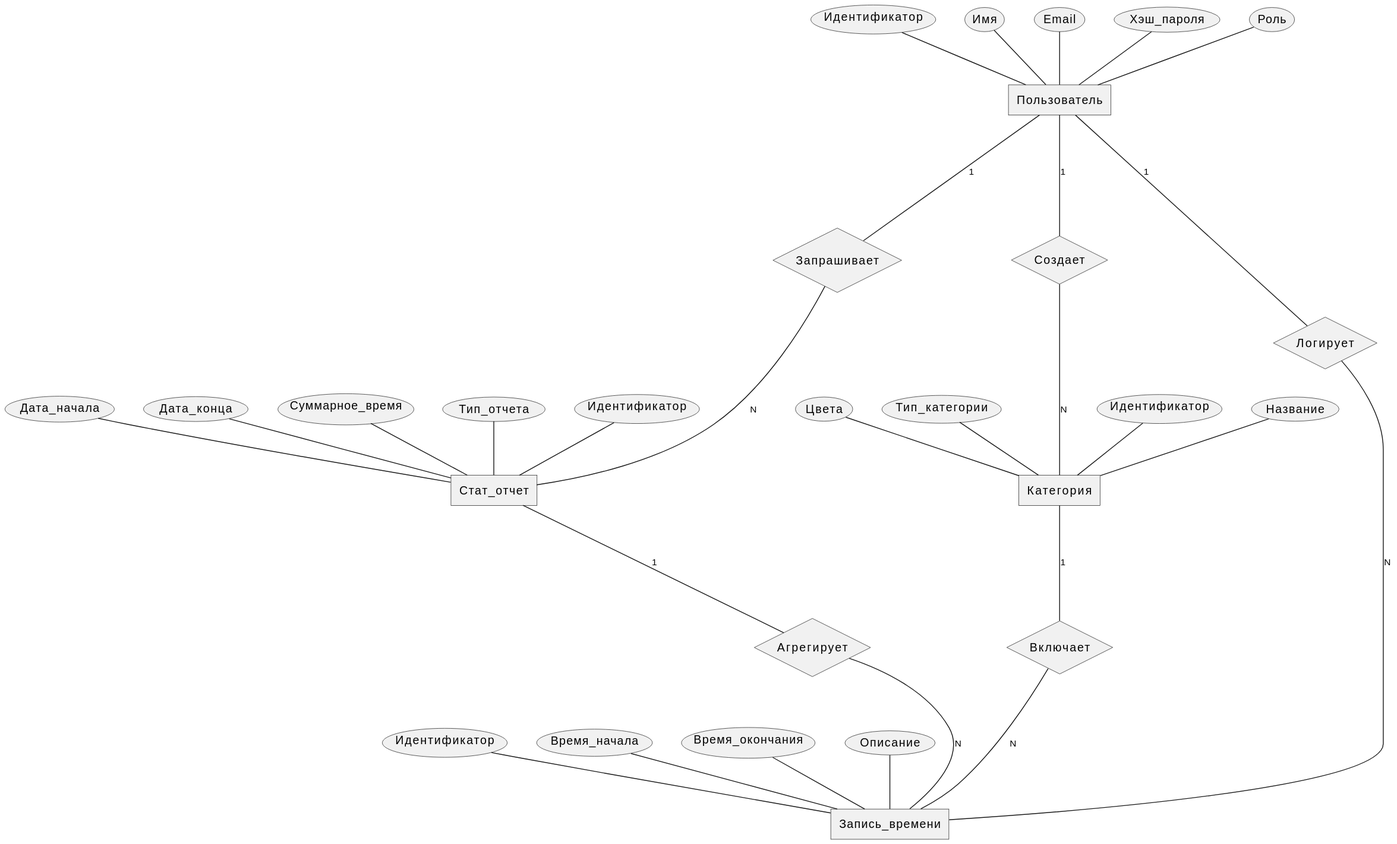
The PlantUML diagram docs/er.svg in da-fuu/IU7_7sem_Web, before a commit.
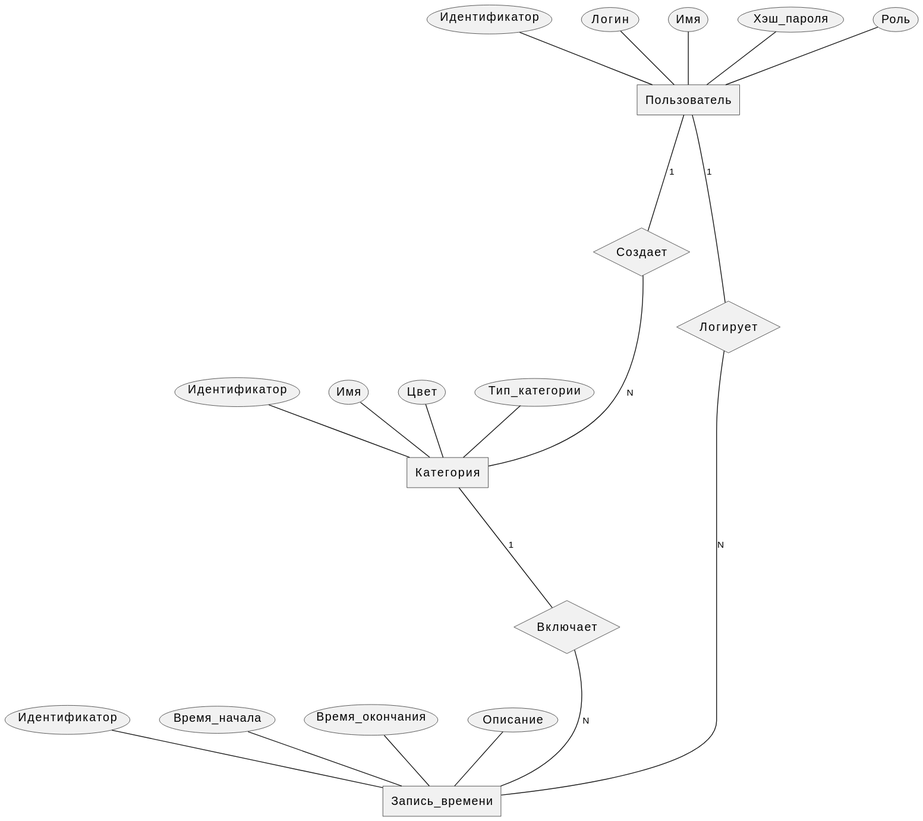
Later version of the same file.

Diff of the diagram source:
```diff
@@ -2,16 +2,16 @@
 
 entity Пользователь {
   Идентификатор
+  Логин
   Имя
-  Email
   Хэш_пароля
   Роль
 }
 
 entity Категория {
   Идентификатор
-  Название
-  Цвета
+  Имя
+  Цвет
   Тип_категории
 }
 
@@ -22,27 +22,13 @@
   Описание
 }
 
-entity Стат_отчет {
-  Идентификатор
-  Дата_начала
-  Дата_конца
-  Суммарное_время
-  Тип_отчета
-}
-
 relationship Создает {
 }
 
 relationship Логирует {
 }
 
-relationship Запрашивает {
-}
-
 relationship Включает {
-}
-
-relationship Агрегирует {
 }
 
 Пользователь -1- Создает
@@ -51,13 +37,7 @@
 Пользователь -1- Логирует
 Логирует -N- Запись_времени
 
-Пользователь -1- Запрашивает
-Запрашивает -N- Стат_отчет
-
 Категория -1- Включает
 Включает -N- Запись_времени
 
-Стат_отчет -1- Агрегирует
-Агрегирует -N- Запись_времени
-
 @endchen
```
